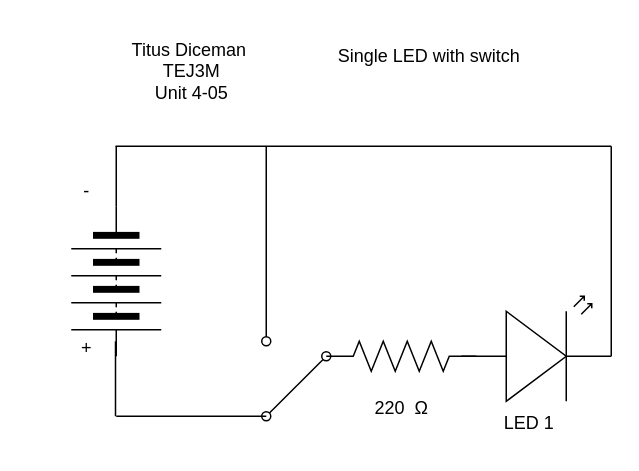
Earlier version of the draw.io diagram design.drawio (Titus-diceman/TEJ3M-Unit-4-05). Source tidied: cells renumbered, new cells numbered last; positions are measured from the earlier drawing's top-left corner, leaving out a move shared by most shapes. Both pictures are drawn from the tidied source at 150%, with x=0, y=0 at pixel (40, 26).
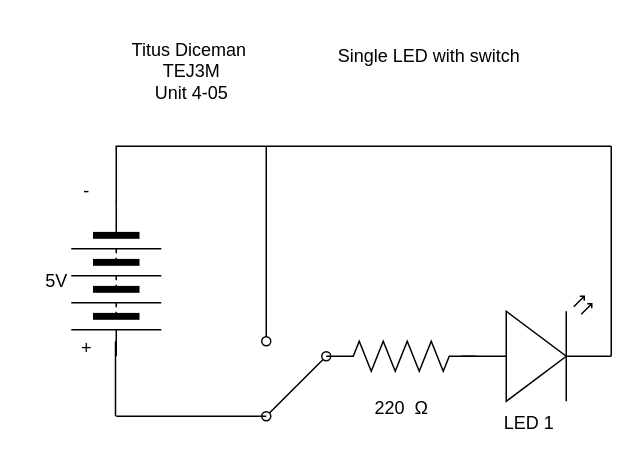
Above is the later version.

What changed in the source:
```diff
@@
+    <mxCell id="19" value="5V" style="text;html=1;align=center;verticalAlign=middle;strokeColor=none;fillColor=none;" parent="1" vertex="1">
+      <mxGeometry x="-10" y="155" width="40" height="30" as="geometry" />
+    </mxCell>
```
